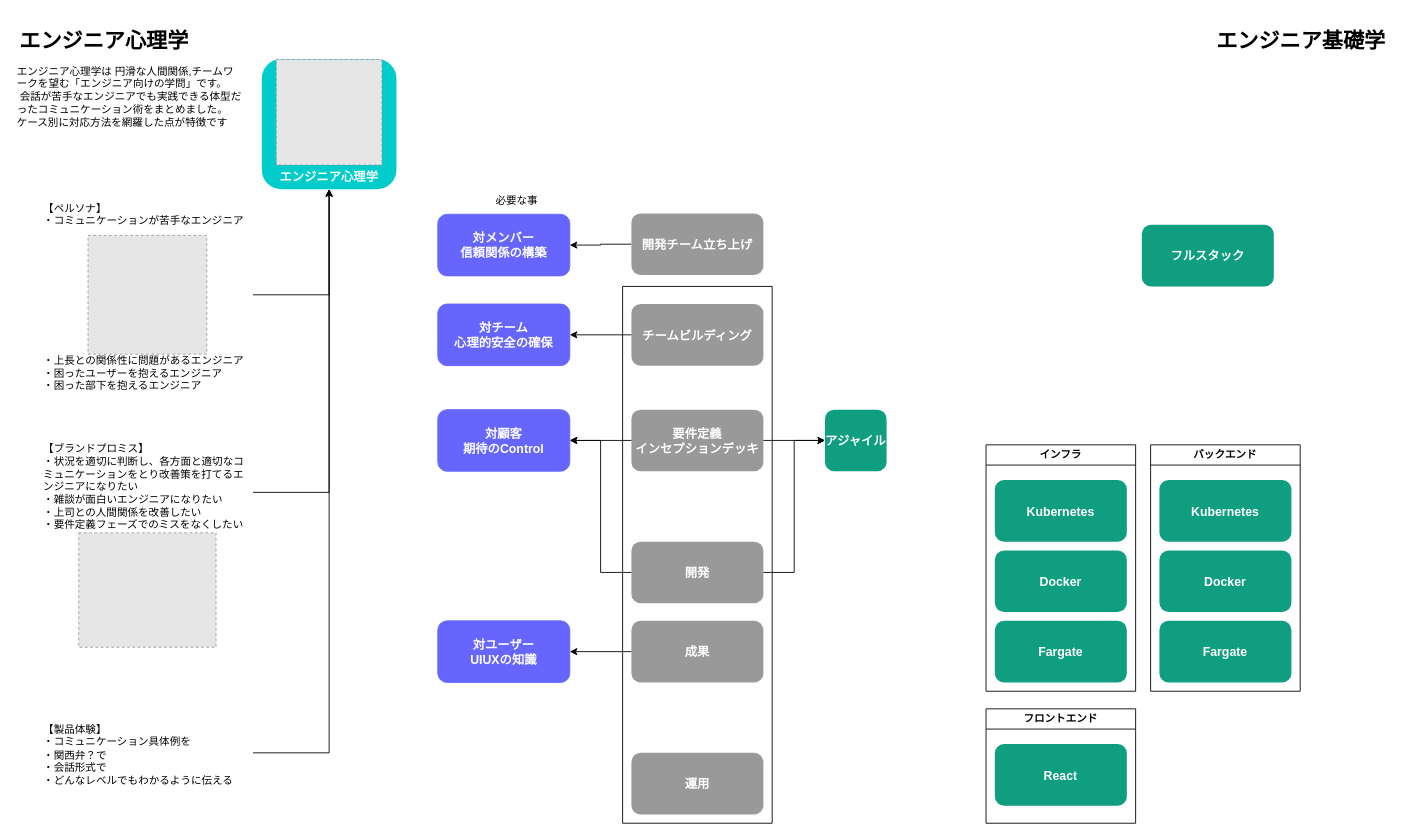
Before: page "engineer_psychology" (2 of 34) of 人生設計.drawio in minegishirei/draw_v1, a draw.io diagram. Source tidied: cells renumbered, new cells numbered last; positions are measured from the earlier drawing's top-left corner, leaving out a move shared by most shapes. Both pictures are drawn from the tidied source at 88%, with x=0, y=0 at pixel (15, 24). Pictures stored in the file or linked from it are replaced by grey dashed boxes.
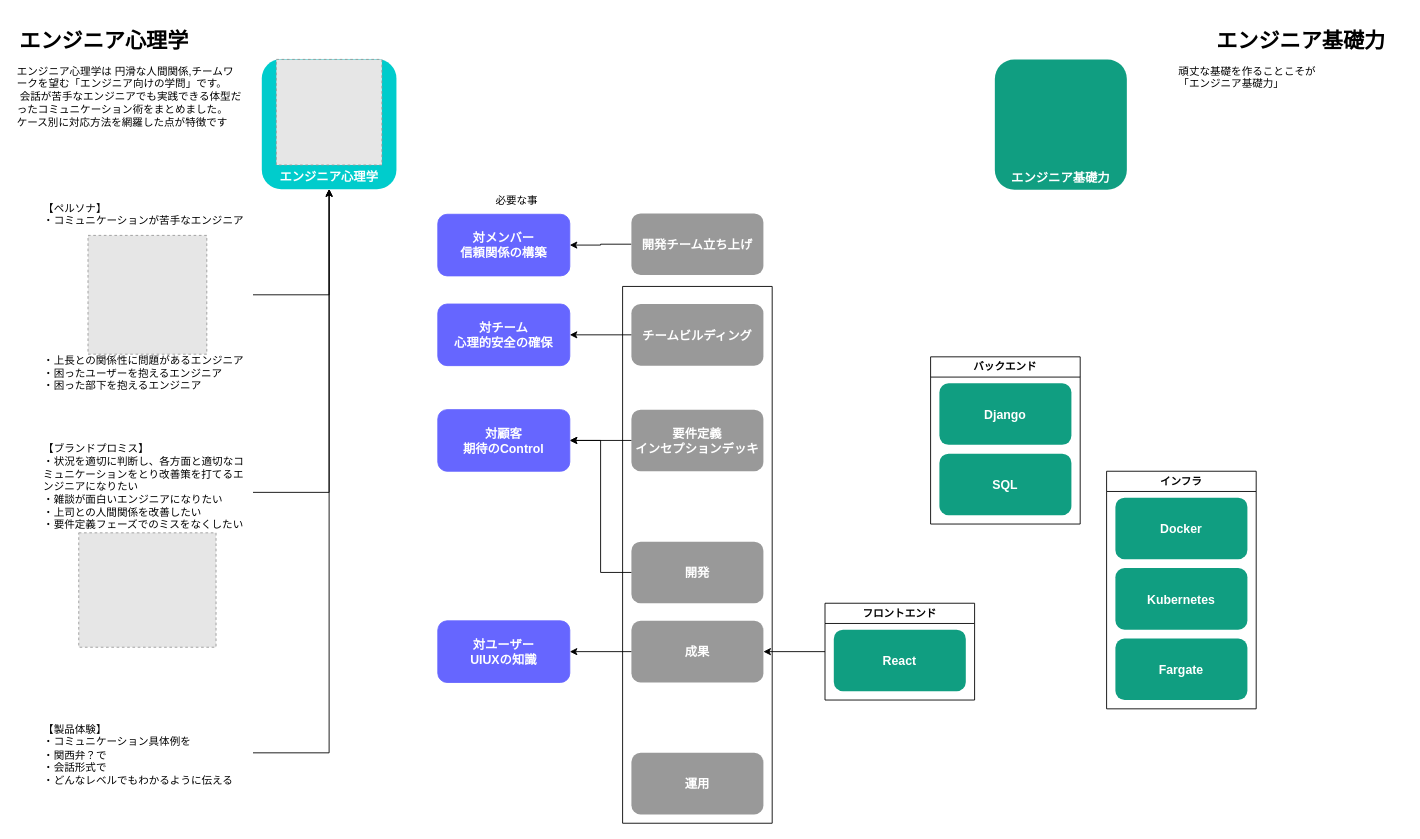
The same diagram, later.

Commit message:
人生設計.drawio を更新します

The change refers to these unchanged cells:
```xml
<mxCell id="20" value="開発" style="rounded=1;fillColor=#999999;strokeColor=none;shadow=0;gradientColor=none;fontStyle=1;fontColor=#FFFFFF;fontSize=14;" parent="19" vertex="1">
  <mxGeometry x="10" y="290" width="150" height="70" as="geometry" />
</mxCell>
<mxCell id="21" value="成果" style="rounded=1;fillColor=#999999;strokeColor=none;shadow=0;gradientColor=none;fontStyle=1;fontColor=#FFFFFF;fontSize=14;" parent="19" vertex="1">
  <mxGeometry x="10" y="380" width="150" height="70" as="geometry" />
</mxCell>
<mxCell id="22" value="要件定義&#10;インセプションデッキ" style="rounded=1;fillColor=#999999;strokeColor=none;shadow=0;gradientColor=none;fontStyle=1;fontColor=#FFFFFF;fontSize=14;" parent="19" vertex="1">
  <mxGeometry x="10" y="140" width="150" height="70" as="geometry" />
</mxCell>
```

Diff of the diagram source:
```diff
@@
-    <mxCell id="18" value="アジャイル" style="rounded=1;fillColor=#109e81;strokeColor=none;shadow=0;gradientColor=none;fontStyle=1;fontColor=#FFFFFF;fontSize=14;" parent="1" vertex="1">
-      <mxGeometry x="920" y="438" width="70" height="70" as="geometry" />
-    </mxCell>
@@
-    <mxCell id="25" value="フルスタック" style="rounded=1;fillColor=#109e81;strokeColor=none;shadow=0;gradientColor=none;fontStyle=1;fontColor=#FFFFFF;fontSize=14;" parent="1" vertex="1">
-      <mxGeometry x="1280" y="228" width="150" height="70" as="geometry" />
+    <mxCell id="25" value="&#10;&#10;&#10;&#10;&#10;&#10;&#10;エンジニア基礎力" style="rounded=1;fillColor=#109e81;strokeColor=none;shadow=0;gradientColor=none;fontStyle=1;fontColor=#FFFFFF;fontSize=14;" parent="1" vertex="1">
+      <mxGeometry x="1113" y="40" width="150" height="148" as="geometry" />
     </mxCell>
@@
-    <mxCell id="28" style="edgeStyle=orthogonalEdgeStyle;rounded=0;jettySize=auto;html=1;" parent="1" edge="1" source="22" target="18">
-      <mxGeometry relative="1" as="geometry" />
-    </mxCell>
-    <mxCell id="29" style="edgeStyle=orthogonalEdgeStyle;rounded=0;jettySize=auto;html=1;entryX=0;entryY=0.5;entryDx=0;entryDy=0;" parent="1" edge="1" source="20" target="18">
-      <mxGeometry relative="1" as="geometry" />
-    </mxCell>
-    <mxCell id="30" value="&lt;h1&gt;エンジニア基礎学&lt;/h1&gt;" style="text;html=1;strokeColor=none;fillColor=none;spacing=5;spacingTop=-20;whiteSpace=wrap;overflow=hidden;rounded=0;shadow=0;" parent="1" vertex="1">
+    <mxCell id="30" value="&lt;h1&gt;エンジニア基礎力&lt;/h1&gt;" style="text;html=1;strokeColor=none;fillColor=none;spacing=5;spacingTop=-20;whiteSpace=wrap;overflow=hidden;rounded=0;shadow=0;" parent="1" vertex="1">
       <mxGeometry x="1360" y="-0.5" width="200" height="40" as="geometry" />
     </mxCell>
@@
     <mxCell id="36" value="インフラ" style="swimlane;whiteSpace=wrap;html=1;" parent="1" vertex="1">
-      <mxGeometry x="1103" y="478" width="170" height="280" as="geometry" />
+      <mxGeometry x="1240" y="508" width="170" height="270" as="geometry" />
     </mxCell>
     <mxCell id="37" value="Kubernetes" style="rounded=1;fillColor=#109e81;strokeColor=none;shadow=0;gradientColor=none;fontStyle=1;fontColor=#FFFFFF;fontSize=14;" parent="36" vertex="1">
-      <mxGeometry x="10" y="40" width="150" height="70" as="geometry" />
+      <mxGeometry x="10" y="110" width="150" height="70" as="geometry" />
     </mxCell>
-    <mxCell id="38" value="Docker" style="rounded=1;fillColor=#109e81;strokeColor=none;shadow=0;gradientColor=none;fontStyle=1;fontColor=#FFFFFF;fontSize=14;" parent="36" vertex="1">
-      <mxGeometry x="10" y="120" width="150" height="70" as="geometry" />
-    </mxCell>
     <mxCell id="39" value="Fargate" style="rounded=1;fillColor=#109e81;strokeColor=none;shadow=0;gradientColor=none;fontStyle=1;fontColor=#FFFFFF;fontSize=14;" parent="36" vertex="1">
-      <mxGeometry x="10" y="200" width="150" height="70" as="geometry" />
+      <mxGeometry x="10" y="190" width="150" height="70" as="geometry" />
     </mxCell>
+    <mxCell id="46" value="Docker" style="rounded=1;fillColor=#109e81;strokeColor=none;shadow=0;gradientColor=none;fontStyle=1;fontColor=#FFFFFF;fontSize=14;" parent="36" vertex="1">
+      <mxGeometry x="10" y="30" width="150" height="70" as="geometry" />
+    </mxCell>
     <mxCell id="40" value="バックエンド" style="swimlane;whiteSpace=wrap;html=1;" parent="1" vertex="1">
-      <mxGeometry x="1290" y="478" width="170" height="280" as="geometry" />
+      <mxGeometry x="1040" y="378" width="170" height="190" as="geometry" />
     </mxCell>
-    <mxCell id="41" value="Kubernetes" style="rounded=1;fillColor=#109e81;strokeColor=none;shadow=0;gradientColor=none;fontStyle=1;fontColor=#FFFFFF;fontSize=14;" parent="40" vertex="1">
-      <mxGeometry x="10" y="40" width="150" height="70" as="geometry" />
+    <mxCell id="41" value="Django" style="rounded=1;fillColor=#109e81;strokeColor=none;shadow=0;gradientColor=none;fontStyle=1;fontColor=#FFFFFF;fontSize=14;" parent="40" vertex="1">
+      <mxGeometry x="10" y="30" width="150" height="70" as="geometry" />
     </mxCell>
-    <mxCell id="42" value="Docker" style="rounded=1;fillColor=#109e81;strokeColor=none;shadow=0;gradientColor=none;fontStyle=1;fontColor=#FFFFFF;fontSize=14;" parent="40" vertex="1">
-      <mxGeometry x="10" y="120" width="150" height="70" as="geometry" />
-    </mxCell>
-    <mxCell id="43" value="Fargate" style="rounded=1;fillColor=#109e81;strokeColor=none;shadow=0;gradientColor=none;fontStyle=1;fontColor=#FFFFFF;fontSize=14;" parent="40" vertex="1">
-      <mxGeometry x="10" y="200" width="150" height="70" as="geometry" />
-    </mxCell>
+    <mxCell id="47" value="SQL" style="rounded=1;fillColor=#109e81;strokeColor=none;shadow=0;gradientColor=none;fontStyle=1;fontColor=#FFFFFF;fontSize=14;" parent="40" vertex="1">
+      <mxGeometry x="10" y="110" width="150" height="70" as="geometry" />
+    </mxCell>
+    <mxCell id="48" style="edgeStyle=orthogonalEdgeStyle;rounded=0;jettySize=auto;html=1;entryX=1;entryY=0.5;entryDx=0;entryDy=0;" parent="1" edge="1" source="44" target="21">
+      <mxGeometry relative="1" as="geometry" />
+    </mxCell>
     <mxCell id="44" value="フロントエンド" style="swimlane;whiteSpace=wrap;html=1;" parent="1" vertex="1">
-      <mxGeometry x="1103" y="778" width="170" height="130" as="geometry" />
+      <mxGeometry x="920" y="658" width="170" height="110" as="geometry" />
     </mxCell>
     <mxCell id="45" value="React" style="rounded=1;fillColor=#109e81;strokeColor=none;shadow=0;gradientColor=none;fontStyle=1;fontColor=#FFFFFF;fontSize=14;" parent="44" vertex="1">
-      <mxGeometry x="10" y="40" width="150" height="70" as="geometry" />
+      <mxGeometry x="10" y="30" width="150" height="70" as="geometry" />
     </mxCell>
+    <mxCell id="49" value="頑丈な基礎を作ることこそが&#10;「エンジニア基礎力」&#10;" style="text;whiteSpace=wrap;" parent="1" vertex="1">
+      <mxGeometry x="1320" y="40" width="260" height="99.5" as="geometry" />
+    </mxCell>
```
